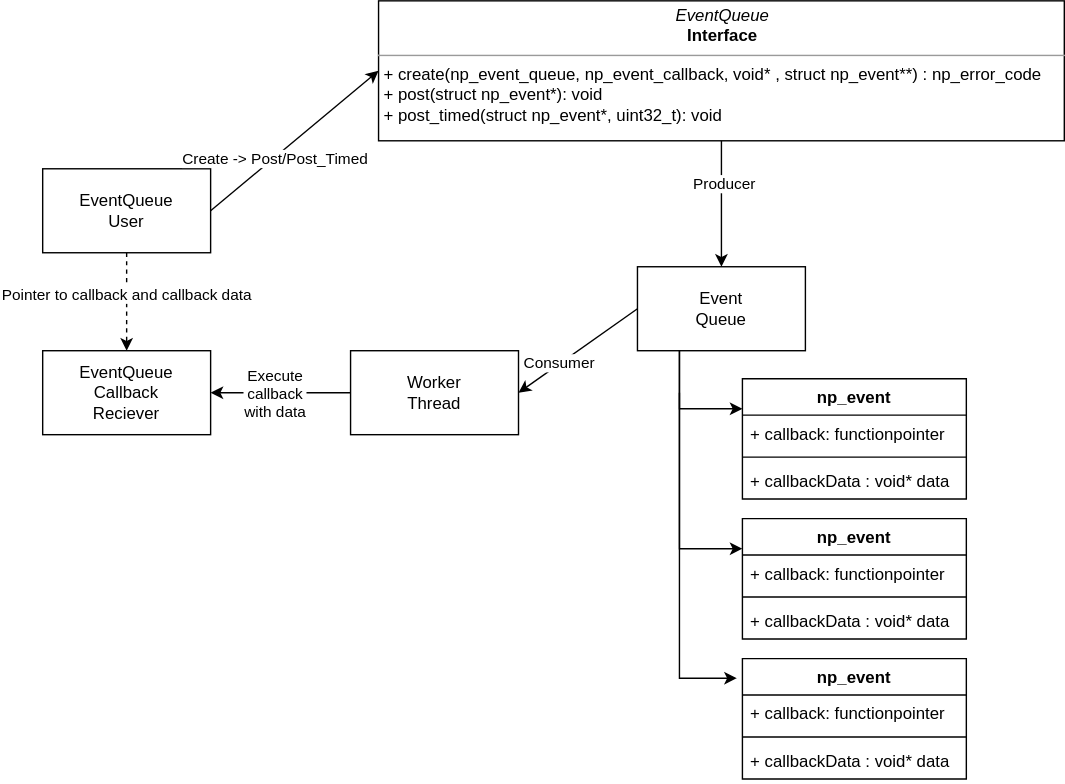
This is doc/images/event_queue.svg from nabto/nabto-embedded-sdk, a draw.io export, as it was before one commit. Source tidied: cells renumbered, new cells last; positions are measured from the earlier drawing's top-left corner, leaving out a move shared by most shapes.
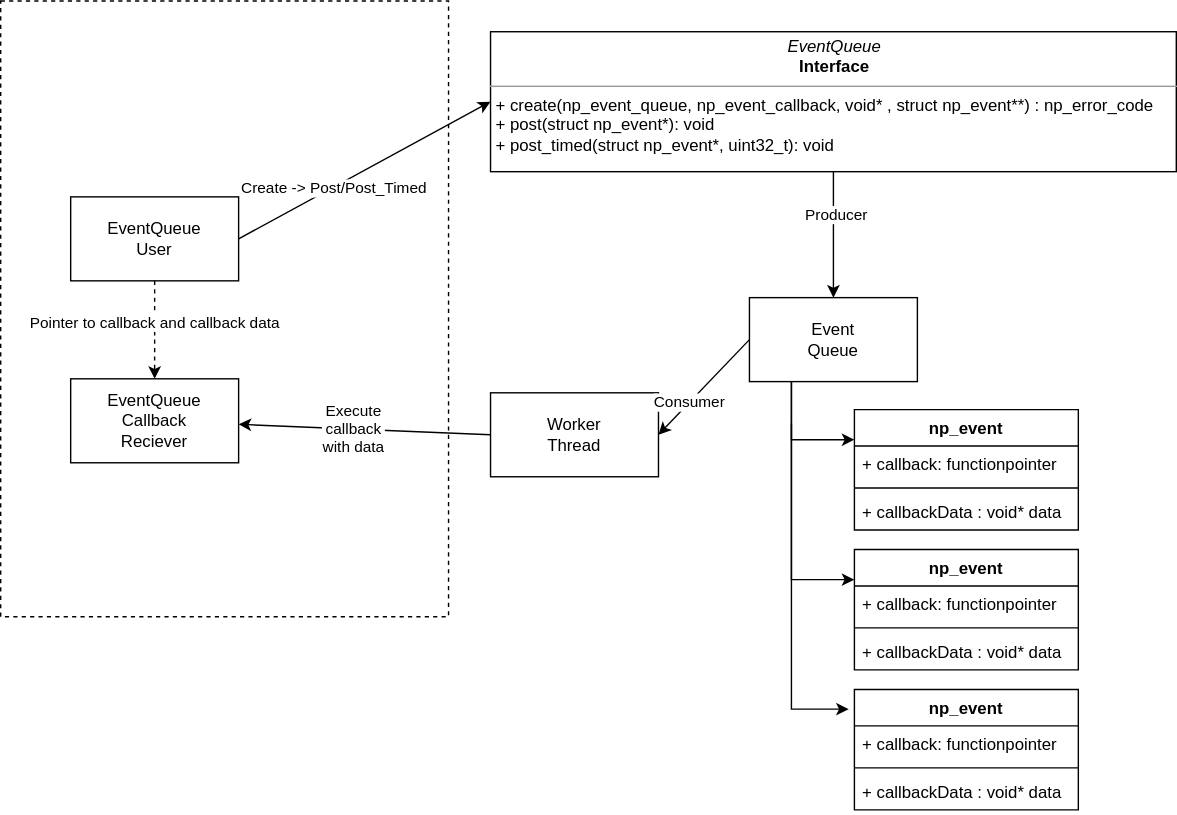
After the commit.

Change to the diagram source:
```diff
@@ -28,7 +28,7 @@
       </mxGeometry>
     </mxCell>
     <mxCell id="7" value="EventQueue&lt;br&gt;User" style="rounded=0;whiteSpace=wrap;html=1;" parent="1" vertex="1">
-      <mxGeometry y="120" width="120" height="60" as="geometry" />
+      <mxGeometry x="-60" y="118" width="120" height="60" as="geometry" />
     </mxCell>
     <mxCell id="8" style="endArrow=classic;html=1;exitX=1;exitY=0.5;exitDx=0;exitDy=0;entryX=0;entryY=0.5;entryDx=0;entryDy=0;" parent="1" edge="1" source="7" target="3">
       <mxGeometry relative="1" as="geometry" />
@@ -37,7 +37,7 @@
       <mxGeometry x="-0.25" relative="1" as="geometry" />
     </mxCell>
     <mxCell id="10" value="Worker&lt;br&gt;Thread" style="rounded=0;whiteSpace=wrap;html=1;" parent="1" vertex="1">
-      <mxGeometry x="220" y="250" width="120" height="60" as="geometry" />
+      <mxGeometry x="240" y="258" width="120" height="60" as="geometry" />
     </mxCell>
     <mxCell id="11" style="endArrow=none;html=1;exitX=1;exitY=0.5;exitDx=0;exitDy=0;entryX=0;entryY=0.5;entryDx=0;entryDy=0;startArrow=classic;startFill=1;endFill=0;" parent="1" edge="1" source="10" target="2">
       <mxGeometry relative="1" as="geometry" />
@@ -52,7 +52,7 @@
       <mxGeometry x="-0.32" y="1" relative="1" as="geometry" />
     </mxCell>
     <mxCell id="15" value="EventQueue&lt;br&gt;Callback&lt;br&gt;Reciever" style="rounded=0;whiteSpace=wrap;html=1;" parent="1" vertex="1">
-      <mxGeometry y="250" width="120" height="60" as="geometry" />
+      <mxGeometry x="-60" y="248" width="120" height="60" as="geometry" />
     </mxCell>
     <mxCell id="16" style="endArrow=classic;html=1;exitX=0;exitY=0.5;exitDx=0;exitDy=0;" parent="1" edge="1" source="10" target="15">
       <mxGeometry relative="1" as="geometry" />
@@ -66,6 +66,9 @@
     <mxCell id="19" value="Pointer to callback and callback data" style="edgeLabel;html=1;align=center;verticalAlign=middle;" parent="18" vertex="1">
       <mxGeometry x="-0.17" y="-1" relative="1" as="geometry" />
     </mxCell>
+    <mxCell id="32" style="rounded=0;whiteSpace=wrap;html=1;fillColor=none;dashed=1;" parent="1" vertex="1">
+      <mxGeometry x="-110" y="-22" width="320" height="440" as="geometry" />
+    </mxCell>
     <mxCell id="20" value="np_event" style="swimlane;fontStyle=1;align=center;verticalAlign=top;horizontal=1;startSize=26;" parent="1" vertex="1">
       <mxGeometry x="500" y="270" width="160" height="86" as="geometry" />
     </mxCell>
```
